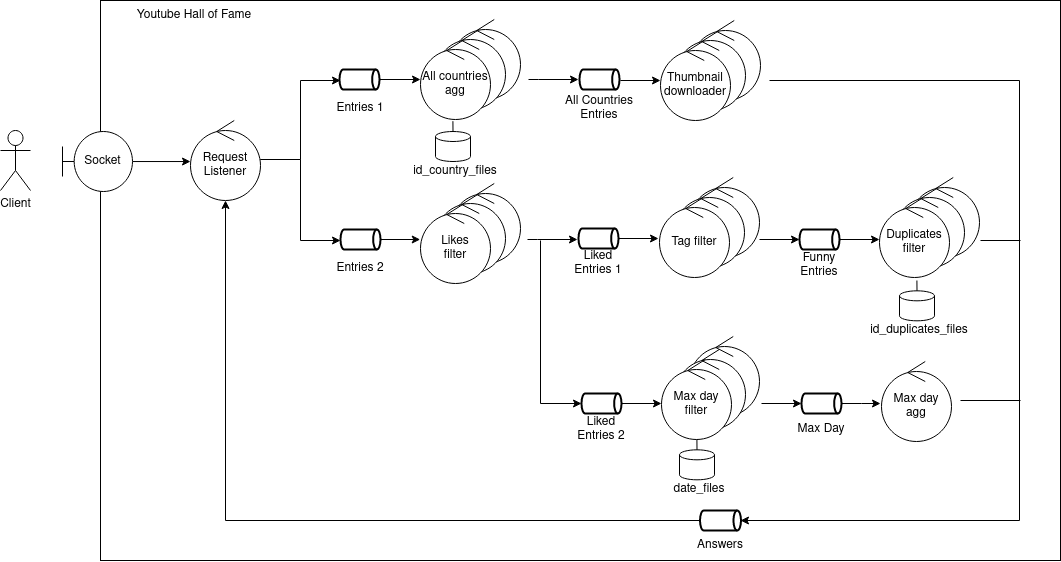
Before: imgs/robustez.png, a diagram exported from draw.io (FrancoBar/Distribuidos-Tp2). Source tidied: cells renumbered, new cells last; positions are measured from the earlier drawing's top-left corner, leaving out a move shared by most shapes.
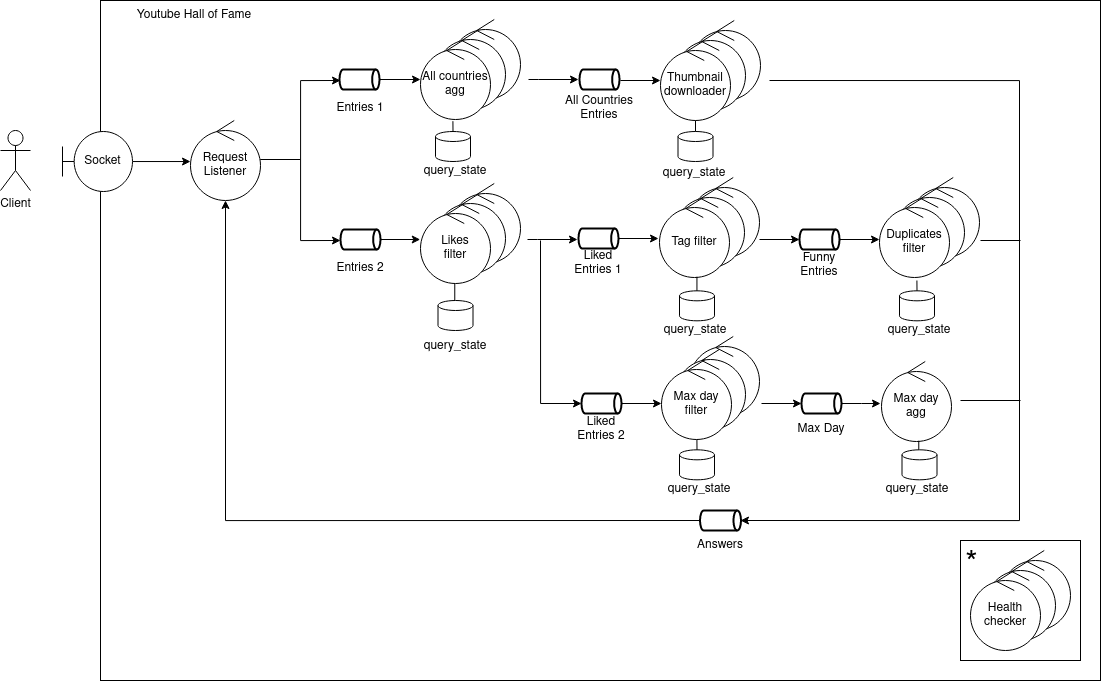
Later version of the same file.

Commit message:
Agrego health checker a robustez

What changed in the source:
```diff
@@ -3,7 +3,7 @@
     <mxCell id="0" />
     <mxCell id="1" parent="0" />
     <mxCell id="2" style="rounded=0;whiteSpace=wrap;html=1;fillColor=none;shadow=0;" parent="1" vertex="1">
-      <mxGeometry x="100" width="960" height="560" as="geometry" />
+      <mxGeometry x="100" width="1000" height="680" as="geometry" />
     </mxCell>
     <mxCell id="3" value="Client" style="shape=umlActor;verticalLabelPosition=bottom;verticalAlign=top;html=1;" parent="1" vertex="1">
       <mxGeometry y="130" width="30" height="60" as="geometry" />
@@ -245,7 +245,7 @@
     <mxCell id="61" style="strokeWidth=1;html=1;shape=mxgraph.flowchart.database;whiteSpace=wrap;fillColor=none;" parent="1" vertex="1">
       <mxGeometry x="435" y="131" width="35" height="30" as="geometry" />
     </mxCell>
-    <mxCell id="62" value="id_country_files" style="text;html=1;strokeColor=none;fillColor=none;align=center;verticalAlign=middle;whiteSpace=wrap;rounded=0;strokeWidth=1;" parent="1" vertex="1">
+    <mxCell id="62" value="query_state" style="text;html=1;strokeColor=none;fillColor=none;align=center;verticalAlign=middle;whiteSpace=wrap;rounded=0;strokeWidth=1;" parent="1" vertex="1">
       <mxGeometry x="425" y="161" width="60" height="20" as="geometry" />
     </mxCell>
     <mxCell id="63" style="endArrow=none;html=1;rounded=0;exitX=0.5;exitY=0;exitDx=0;exitDy=0;exitPerimeter=0;entryX=0.463;entryY=1.021;entryDx=0;entryDy=0;entryPerimeter=0;" parent="1" edge="1" source="61" target="41">
@@ -254,7 +254,7 @@
     <mxCell id="64" style="strokeWidth=1;html=1;shape=mxgraph.flowchart.database;whiteSpace=wrap;fillColor=none;" parent="1" vertex="1">
       <mxGeometry x="899" y="290.3" width="35" height="30" as="geometry" />
     </mxCell>
-    <mxCell id="65" value="id_duplicates_files" style="text;html=1;strokeColor=none;fillColor=none;align=center;verticalAlign=middle;whiteSpace=wrap;rounded=0;strokeWidth=1;" parent="1" vertex="1">
+    <mxCell id="65" value="query_state" style="text;html=1;strokeColor=none;fillColor=none;align=center;verticalAlign=middle;whiteSpace=wrap;rounded=0;strokeWidth=1;" parent="1" vertex="1">
       <mxGeometry x="889" y="320.3" width="60" height="20" as="geometry" />
     </mxCell>
     <mxCell id="66" style="endArrow=none;html=1;rounded=0;exitX=0.5;exitY=0;exitDx=0;exitDy=0;exitPerimeter=0;entryX=0.463;entryY=1.021;entryDx=0;entryDy=0;entryPerimeter=0;" parent="1" edge="1" source="64">
@@ -265,7 +265,7 @@
     <mxCell id="67" style="strokeWidth=1;html=1;shape=mxgraph.flowchart.database;whiteSpace=wrap;fillColor=none;" parent="1" vertex="1">
       <mxGeometry x="679" y="449.3" width="35" height="30" as="geometry" />
     </mxCell>
-    <mxCell id="68" value="date_files" style="text;html=1;strokeColor=none;fillColor=none;align=center;verticalAlign=middle;whiteSpace=wrap;rounded=0;strokeWidth=1;" parent="1" vertex="1">
+    <mxCell id="68" value="query_state" style="text;html=1;strokeColor=none;fillColor=none;align=center;verticalAlign=middle;whiteSpace=wrap;rounded=0;strokeWidth=1;" parent="1" vertex="1">
       <mxGeometry x="669" y="479.3" width="60" height="20" as="geometry" />
     </mxCell>
     <mxCell id="69" style="endArrow=none;html=1;rounded=0;exitX=0.5;exitY=0;exitDx=0;exitDy=0;exitPerimeter=0;entryX=0.463;entryY=1.021;entryDx=0;entryDy=0;entryPerimeter=0;" parent="1" edge="1" source="67">
@@ -273,5 +273,73 @@
         <mxPoint x="696.4" y="439" as="targetPoint" />
       </mxGeometry>
     </mxCell>
+    <mxCell id="70" style="edgeStyle=orthogonalEdgeStyle;rounded=0;jettySize=auto;html=1;entryX=0.5;entryY=1;entryDx=0;entryDy=0;entryPerimeter=0;endArrow=none;endFill=0;" parent="1" edge="1" source="71" target="17">
+      <mxGeometry relative="1" as="geometry">
+        <Array as="points">
+          <mxPoint x="695" y="120" />
+          <mxPoint x="695" y="120" />
+        </Array>
+      </mxGeometry>
+    </mxCell>
+    <mxCell id="71" style="strokeWidth=1;html=1;shape=mxgraph.flowchart.database;whiteSpace=wrap;fillColor=none;" parent="1" vertex="1">
+      <mxGeometry x="677.5" y="131" width="35" height="30" as="geometry" />
+    </mxCell>
+    <mxCell id="72" value="query_state" style="text;html=1;strokeColor=none;fillColor=none;align=center;verticalAlign=middle;whiteSpace=wrap;rounded=0;strokeWidth=1;" parent="1" vertex="1">
+      <mxGeometry x="664" y="163" width="60" height="20" as="geometry" />
+    </mxCell>
+    <mxCell id="73" style="edgeStyle=orthogonalEdgeStyle;rounded=0;jettySize=auto;html=1;entryX=0.488;entryY=1.001;entryDx=0;entryDy=0;entryPerimeter=0;endArrow=none;endFill=0;" parent="1" edge="1" source="74" target="44">
+      <mxGeometry relative="1" as="geometry">
+        <Array as="points">
+          <mxPoint x="455" y="283" />
+        </Array>
+      </mxGeometry>
+    </mxCell>
+    <mxCell id="74" style="strokeWidth=1;html=1;shape=mxgraph.flowchart.database;whiteSpace=wrap;fillColor=none;" parent="1" vertex="1">
+      <mxGeometry x="437.5" y="300" width="35" height="30" as="geometry" />
+    </mxCell>
+    <mxCell id="75" value="query_state" style="text;html=1;strokeColor=none;fillColor=none;align=center;verticalAlign=middle;whiteSpace=wrap;rounded=0;strokeWidth=1;" parent="1" vertex="1">
+      <mxGeometry x="425" y="336" width="60" height="20" as="geometry" />
+    </mxCell>
+    <mxCell id="76" style="edgeStyle=orthogonalEdgeStyle;rounded=0;jettySize=auto;html=1;entryX=0.522;entryY=0.99;entryDx=0;entryDy=0;entryPerimeter=0;endArrow=none;endFill=0;" parent="1" edge="1" source="77" target="28">
+      <mxGeometry relative="1" as="geometry">
+        <Array as="points">
+          <mxPoint x="697" y="276" />
+        </Array>
+      </mxGeometry>
+    </mxCell>
+    <mxCell id="77" style="strokeWidth=1;html=1;shape=mxgraph.flowchart.database;whiteSpace=wrap;fillColor=none;" parent="1" vertex="1">
+      <mxGeometry x="679" y="290.3" width="35" height="30" as="geometry" />
+    </mxCell>
+    <mxCell id="78" value="query_state" style="text;html=1;strokeColor=none;fillColor=none;align=center;verticalAlign=middle;whiteSpace=wrap;rounded=0;strokeWidth=1;" parent="1" vertex="1">
+      <mxGeometry x="665" y="320.3" width="60" height="20" as="geometry" />
+    </mxCell>
+    <mxCell id="79" style="edgeStyle=orthogonalEdgeStyle;rounded=0;jettySize=auto;html=1;entryX=0.533;entryY=0.991;entryDx=0;entryDy=0;entryPerimeter=0;endArrow=none;endFill=0;" parent="1" edge="1" source="80" target="24">
+      <mxGeometry relative="1" as="geometry">
+        <Array as="points">
+          <mxPoint x="919" y="440" />
+        </Array>
+      </mxGeometry>
+    </mxCell>
+    <mxCell id="80" style="strokeWidth=1;html=1;shape=mxgraph.flowchart.database;whiteSpace=wrap;fillColor=none;" parent="1" vertex="1">
+      <mxGeometry x="901.5" y="449.3" width="35" height="30" as="geometry" />
+    </mxCell>
+    <mxCell id="81" value="query_state" style="text;html=1;strokeColor=none;fillColor=none;align=center;verticalAlign=middle;whiteSpace=wrap;rounded=0;strokeWidth=1;" parent="1" vertex="1">
+      <mxGeometry x="886.5" y="479.3" width="60" height="20" as="geometry" />
+    </mxCell>
+    <mxCell id="82" style="rounded=0;whiteSpace=wrap;html=1;strokeColor=default;" parent="1" vertex="1">
+      <mxGeometry x="960" y="540" width="120" height="120" as="geometry" />
+    </mxCell>
+    <mxCell id="83" style="ellipse;shape=umlControl;whiteSpace=wrap;html=1;" parent="1" vertex="1">
+      <mxGeometry x="1000" y="550" width="70" height="80" as="geometry" />
+    </mxCell>
+    <mxCell id="84" style="ellipse;shape=umlControl;whiteSpace=wrap;html=1;" parent="1" vertex="1">
+      <mxGeometry x="985" y="560" width="70" height="80" as="geometry" />
+    </mxCell>
+    <mxCell id="85" value="Health checker" style="ellipse;shape=umlControl;whiteSpace=wrap;html=1;" parent="1" vertex="1">
+      <mxGeometry x="970" y="570" width="70" height="80" as="geometry" />
+    </mxCell>
+    <mxCell id="86" value="*" style="text;html=1;align=center;verticalAlign=middle;strokeColor=none;fillColor=none;fontSize=32;" parent="1" vertex="1">
+      <mxGeometry x="951" y="540" width="40" height="50" as="geometry" />
+    </mxCell>
   </root>
 </mxGraphModel>
```
